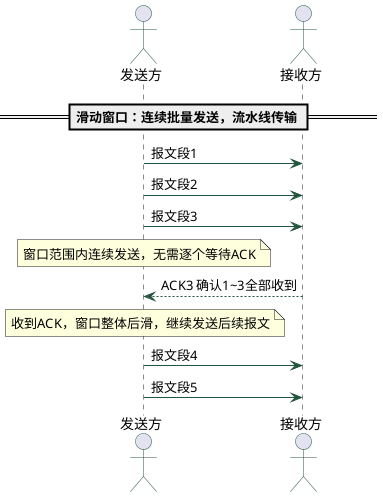
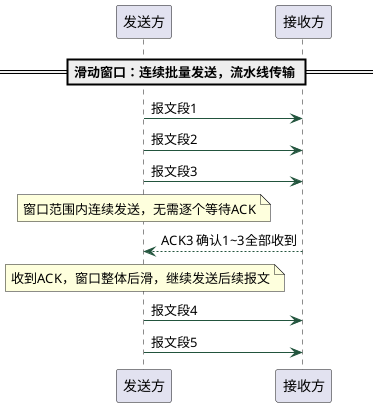
@startuml
skinparam sequence {
  ArrowColor #22543d
  ActorBorderColor #22543d
  FontSize 11
}
- actor 发送方
- actor 接收方
+ participant 发送方
+ participant 接收方

== 滑动窗口：连续批量发送，流水线传输 ==
发送方 -> 接收方 : 报文段1
发送方 -> 接收方 : 报文段2
发送方 -> 接收方 : 报文段3
note over 发送方: 窗口范围内连续发送，无需逐个等待ACK

接收方 --> 发送方 : ACK3 确认1~3全部收到
note over 发送方: 收到ACK，窗口整体后滑，继续发送后续报文
发送方 -> 接收方 : 报文段4
发送方 -> 接收方 : 报文段5
@enduml